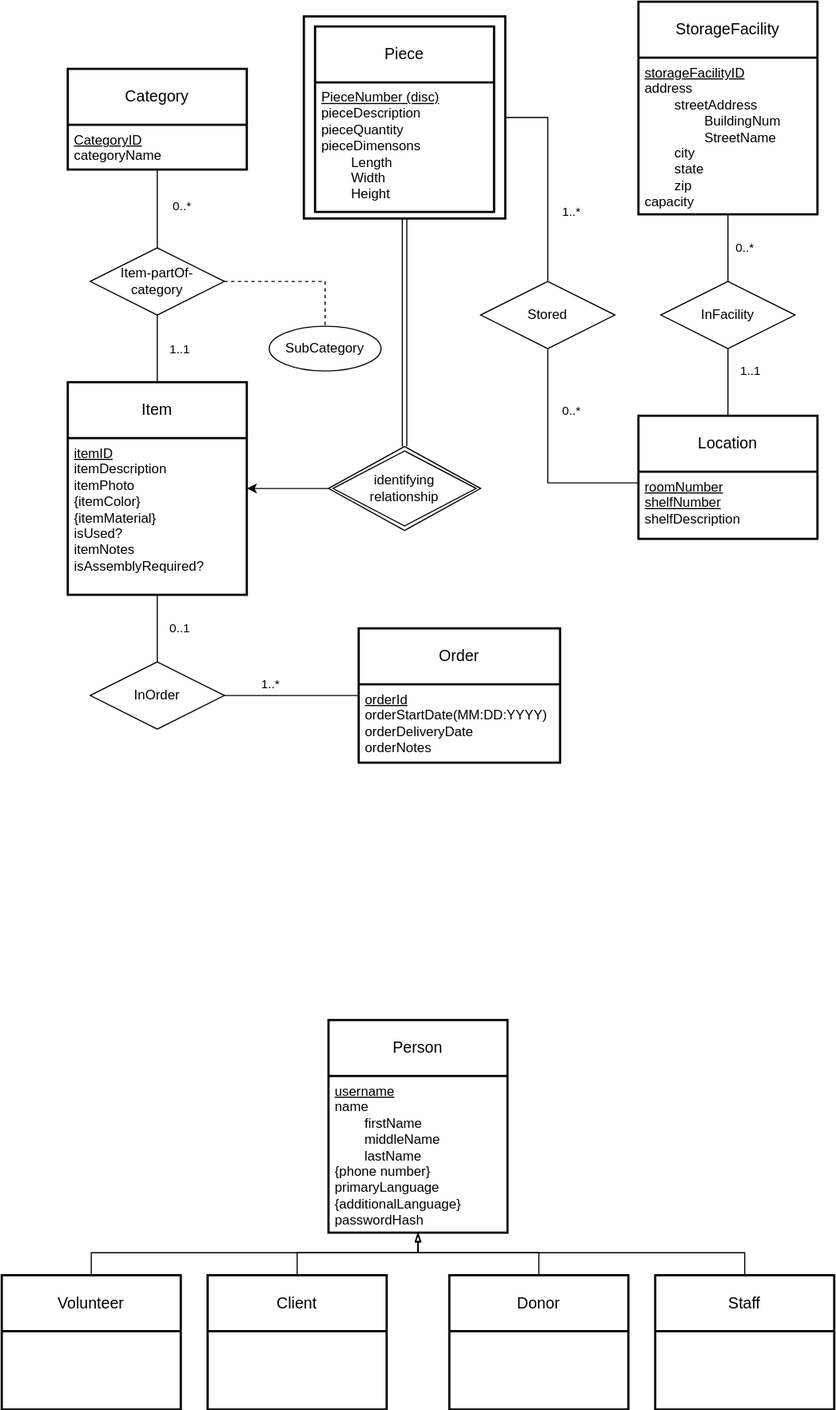
This is Classes + Uni/PDS/Project/Part 1/Project1.svg from ivanearisty/obsidian, a draw.io export, as it was before one commit. Source tidied: cells renumbered, new cells last; positions are measured from the earlier drawing's top-left corner, leaving out a move shared by most shapes.
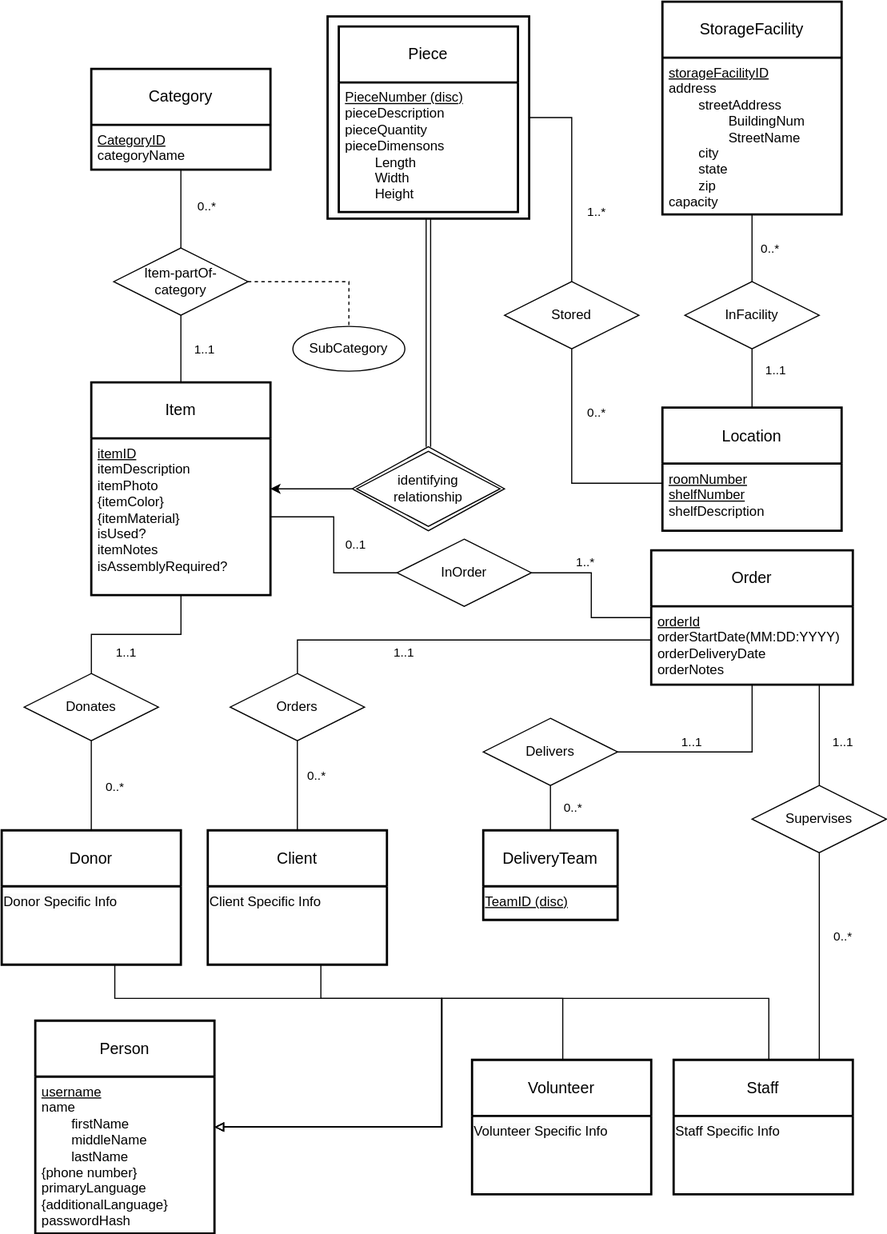
After the change.

The edit, as a diff of the source:
```diff
@@ -3,56 +3,96 @@
     <mxCell id="0" />
     <mxCell id="1" parent="0" />
     <mxCell id="2" value="Person" style="swimlane;horizontal=1;startSize=50;rounded=0;fontSize=14;fontStyle=0;strokeWidth=2;shadow=0;dashed=0;align=center;arcSize=4;whiteSpace=wrap;html=1;" parent="1" vertex="1">
-      <mxGeometry x="292" y="910" width="160" height="190" as="geometry" />
+      <mxGeometry x="9" y="910" width="160" height="190" as="geometry" />
     </mxCell>
     <mxCell id="3" value="&lt;u&gt;username&lt;/u&gt;&lt;div&gt;name&lt;/div&gt;&lt;div&gt;&lt;span style=&quot;white-space: pre;&quot;&gt;&#9;&lt;/span&gt;firstName&lt;br&gt;&lt;/div&gt;&lt;div&gt;&lt;span style=&quot;white-space: pre;&quot;&gt;&#9;&lt;/span&gt;middleName&lt;br&gt;&lt;/div&gt;&lt;div&gt;&lt;span style=&quot;white-space: pre;&quot;&gt;&#9;&lt;/span&gt;lastName&lt;br&gt;&lt;/div&gt;&lt;div&gt;{phone number}&lt;/div&gt;&lt;div&gt;primaryLanguage&lt;/div&gt;&lt;div&gt;{additionalLanguage}&lt;/div&gt;&lt;div&gt;passwordHash&lt;/div&gt;" style="align=left;strokeColor=none;fillColor=none;spacingLeft=4;fontSize=12;verticalAlign=top;html=1;" parent="2" vertex="1">
       <mxGeometry y="50" width="160" height="140" as="geometry" />
     </mxCell>
-    <mxCell id="4" style="edgeStyle=orthogonalEdgeStyle;rounded=0;jettySize=auto;html=1;endArrow=blockThin;endFill=0;" parent="1" edge="1" source="5" target="2">
+    <mxCell id="4" style="edgeStyle=orthogonalEdgeStyle;rounded=0;jettySize=auto;html=1;endArrow=block;endFill=0;" parent="1" edge="1" source="5" target="2">
       <mxGeometry relative="1" as="geometry">
         <Array as="points">
-          <mxPoint x="264" y="1118" />
-          <mxPoint x="372" y="1118" />
+          <mxPoint x="264" y="890" />
+          <mxPoint x="372" y="890" />
         </Array>
       </mxGeometry>
     </mxCell>
+    <mxCell id="50" style="edgeStyle=orthogonalEdgeStyle;rounded=0;jettySize=auto;html=1;endArrow=none;endFill=0;" parent="1" edge="1" source="5" target="66">
+      <mxGeometry relative="1" as="geometry" />
+    </mxCell>
+    <mxCell id="51" value="0..*" style="edgeLabel;html=1;align=center;verticalAlign=middle;" parent="50" vertex="1">
+      <mxGeometry x="0.11" y="-1" relative="1" as="geometry">
+        <mxPoint x="15" y="-6" as="offset" />
+      </mxGeometry>
+    </mxCell>
     <mxCell id="5" value="Client" style="swimlane;horizontal=1;startSize=50;rounded=0;fontSize=14;fontStyle=0;strokeWidth=2;shadow=0;dashed=0;align=center;arcSize=4;whiteSpace=wrap;html=1;" parent="1" vertex="1">
-      <mxGeometry x="184" y="1138" width="160" height="120" as="geometry" />
+      <mxGeometry x="163" y="740" width="160" height="120" as="geometry" />
     </mxCell>
+    <mxCell id="52" value="&lt;span style=&quot;color: rgb(0, 0, 0); font-family: Helvetica; font-size: 12px; font-style: normal; font-variant-ligatures: normal; font-variant-caps: normal; font-weight: 400; letter-spacing: normal; orphans: 2; text-align: center; text-indent: 0px; text-transform: none; widows: 2; word-spacing: 0px; -webkit-text-stroke-width: 0px; white-space: nowrap; background-color: rgb(251, 251, 251); text-decoration-thickness: initial; text-decoration-style: initial; text-decoration-color: initial; display: inline !important; float: none;&quot;&gt;Client Specific Info&lt;/span&gt;" style="text;whiteSpace=wrap;html=1;" parent="5" vertex="1">
+      <mxGeometry y="50" width="160" height="70" as="geometry" />
+    </mxCell>
-    <mxCell id="6" style="edgeStyle=orthogonalEdgeStyle;rounded=0;jettySize=auto;html=1;endArrow=blockThin;endFill=0;" parent="1" edge="1" source="7" target="2">
+    <mxCell id="6" style="edgeStyle=orthogonalEdgeStyle;rounded=0;jettySize=auto;html=1;endArrow=block;endFill=0;" parent="1" edge="1" source="7" target="2">
       <mxGeometry relative="1" as="geometry">
         <Array as="points">
-          <mxPoint x="80" y="1118" />
-          <mxPoint x="372" y="1118" />
+          <mxPoint x="80" y="890" />
+          <mxPoint x="372" y="890" />
         </Array>
       </mxGeometry>
     </mxCell>
+    <mxCell id="53" style="edgeStyle=orthogonalEdgeStyle;rounded=0;jettySize=auto;html=1;endArrow=none;endFill=0;" parent="1" edge="1" source="7" target="63">
+      <mxGeometry relative="1" as="geometry" />
+    </mxCell>
+    <mxCell id="54" value="0..*" style="edgeLabel;html=1;align=center;verticalAlign=middle;" parent="53" vertex="1">
+      <mxGeometry x="0.11" relative="1" as="geometry">
+        <mxPoint x="20" y="4" as="offset" />
+      </mxGeometry>
+    </mxCell>
-    <mxCell id="7" value="Volunteer" style="swimlane;horizontal=1;startSize=50;rounded=0;fontSize=14;fontStyle=0;strokeWidth=2;shadow=0;dashed=0;align=center;arcSize=4;whiteSpace=wrap;html=1;" parent="1" vertex="1">
-      <mxGeometry y="1138" width="160" height="120" as="geometry" />
+    <mxCell id="7" value="Donor" style="swimlane;horizontal=1;startSize=50;rounded=0;fontSize=14;fontStyle=0;strokeWidth=2;shadow=0;dashed=0;align=center;arcSize=4;whiteSpace=wrap;html=1;" parent="1" vertex="1">
+      <mxGeometry x="-21" y="740" width="160" height="120" as="geometry" />
     </mxCell>
+    <mxCell id="55" value="&lt;span style=&quot;color: rgb(0, 0, 0); font-family: Helvetica; font-size: 12px; font-style: normal; font-variant-ligatures: normal; font-variant-caps: normal; font-weight: 400; letter-spacing: normal; orphans: 2; text-align: center; text-indent: 0px; text-transform: none; widows: 2; word-spacing: 0px; -webkit-text-stroke-width: 0px; white-space: nowrap; background-color: rgb(251, 251, 251); text-decoration-thickness: initial; text-decoration-style: initial; text-decoration-color: initial; display: inline !important; float: none;&quot;&gt;Donor Specific Info&lt;/span&gt;" style="text;whiteSpace=wrap;html=1;" parent="7" vertex="1">
+      <mxGeometry y="50" width="160" height="70" as="geometry" />
+    </mxCell>
-    <mxCell id="8" style="edgeStyle=orthogonalEdgeStyle;rounded=0;jettySize=auto;html=1;endArrow=blockThin;endFill=0;" parent="1" edge="1" source="9" target="2">
+    <mxCell id="8" style="edgeStyle=orthogonalEdgeStyle;rounded=0;jettySize=auto;html=1;endArrow=block;endFill=0;" parent="1" edge="1" source="9" target="2">
       <mxGeometry relative="1" as="geometry">
         <Array as="points">
-          <mxPoint x="664" y="1118" />
-          <mxPoint x="372" y="1118" />
+          <mxPoint x="664" y="890" />
+          <mxPoint x="372" y="890" />
         </Array>
       </mxGeometry>
     </mxCell>
+    <mxCell id="56" style="edgeStyle=orthogonalEdgeStyle;rounded=0;jettySize=auto;html=1;endArrow=none;endFill=0;" parent="1" edge="1" source="9" target="72">
+      <mxGeometry relative="1" as="geometry">
+        <Array as="points">
+          <mxPoint x="709" y="830" />
+          <mxPoint x="709" y="830" />
+        </Array>
+      </mxGeometry>
+    </mxCell>
+    <mxCell id="57" value="0..*" style="edgeLabel;html=1;align=center;verticalAlign=middle;" parent="56" vertex="1">
+      <mxGeometry x="0.19" relative="1" as="geometry">
+        <mxPoint x="20" as="offset" />
+      </mxGeometry>
+    </mxCell>
     <mxCell id="9" value="Staff" style="swimlane;horizontal=1;startSize=50;rounded=0;fontSize=14;fontStyle=0;strokeWidth=2;shadow=0;dashed=0;align=center;arcSize=4;whiteSpace=wrap;html=1;" parent="1" vertex="1">
-      <mxGeometry x="584" y="1138" width="160" height="120" as="geometry" />
+      <mxGeometry x="579" y="945" width="160" height="120" as="geometry" />
     </mxCell>
-    <mxCell id="10" style="edgeStyle=orthogonalEdgeStyle;rounded=0;jettySize=auto;html=1;endArrow=blockThin;endFill=0;" parent="1" edge="1" source="11">
-      <mxGeometry relative="1" as="geometry">
-        <mxPoint x="372" y="1100" as="targetPoint" />
-        <Array as="points">
-          <mxPoint x="480" y="1118" />
-          <mxPoint x="372" y="1118" />
-        </Array>
-      </mxGeometry>
-    </mxCell>
+    <mxCell id="58" value="&lt;span style=&quot;color: rgb(0, 0, 0); font-family: Helvetica; font-size: 12px; font-style: normal; font-variant-ligatures: normal; font-variant-caps: normal; font-weight: 400; letter-spacing: normal; orphans: 2; text-align: center; text-indent: 0px; text-transform: none; widows: 2; word-spacing: 0px; -webkit-text-stroke-width: 0px; white-space: nowrap; background-color: rgb(251, 251, 251); text-decoration-thickness: initial; text-decoration-style: initial; text-decoration-color: initial; display: inline !important; float: none;&quot;&gt;Staff Specific Info&lt;/span&gt;" style="text;whiteSpace=wrap;html=1;" parent="9" vertex="1">
+      <mxGeometry y="50" width="160" height="70" as="geometry" />
+    </mxCell>
+    <mxCell id="59" style="edgeStyle=orthogonalEdgeStyle;rounded=0;jettySize=auto;html=1;endArrow=block;endFill=0;" parent="1" edge="1" source="11" target="2">
+      <mxGeometry relative="1" as="geometry">
+        <Array as="points">
+          <mxPoint x="480" y="890" />
+          <mxPoint x="372" y="890" />
+        </Array>
+      </mxGeometry>
+    </mxCell>
-    <mxCell id="11" value="Donor" style="swimlane;horizontal=1;startSize=50;rounded=0;fontSize=14;fontStyle=0;strokeWidth=2;shadow=0;dashed=0;align=center;arcSize=4;whiteSpace=wrap;html=1;" parent="1" vertex="1">
-      <mxGeometry x="400" y="1138" width="160" height="120" as="geometry" />
+    <mxCell id="11" value="Volunteer" style="swimlane;horizontal=1;startSize=50;rounded=0;fontSize=14;fontStyle=0;strokeWidth=2;shadow=0;dashed=0;align=center;arcSize=4;whiteSpace=wrap;html=1;" parent="1" vertex="1">
+      <mxGeometry x="399" y="945" width="160" height="120" as="geometry" />
     </mxCell>
+    <mxCell id="60" value="&lt;span style=&quot;color: rgb(0, 0, 0); font-family: Helvetica; font-size: 12px; font-style: normal; font-variant-ligatures: normal; font-variant-caps: normal; font-weight: 400; letter-spacing: normal; orphans: 2; text-align: center; text-indent: 0px; text-transform: none; widows: 2; word-spacing: 0px; -webkit-text-stroke-width: 0px; white-space: nowrap; background-color: rgb(251, 251, 251); text-decoration-thickness: initial; text-decoration-style: initial; text-decoration-color: initial; display: inline !important; float: none;&quot;&gt;Volunteer Specific Info&lt;/span&gt;" style="text;whiteSpace=wrap;html=1;" parent="11" vertex="1">
+      <mxGeometry y="50" width="160" height="70" as="geometry" />
+    </mxCell>
     <mxCell id="12" value="Item" style="swimlane;horizontal=1;startSize=50;rounded=0;fontSize=14;fontStyle=0;strokeWidth=2;shadow=0;dashed=0;align=center;arcSize=4;whiteSpace=wrap;html=1;" parent="1" vertex="1">
       <mxGeometry x="59" y="340" width="160" height="190" as="geometry" />
     </mxCell>
@@ -120,7 +160,7 @@
       </mxGeometry>
     </mxCell>
     <mxCell id="32" value="Location" style="swimlane;horizontal=1;startSize=50;rounded=0;fontSize=14;fontStyle=0;strokeWidth=2;shadow=0;dashed=0;align=center;arcSize=4;whiteSpace=wrap;html=1;" parent="1" vertex="1">
-      <mxGeometry x="569" y="370" width="160" height="110" as="geometry" />
+      <mxGeometry x="569" y="362.5" width="160" height="110" as="geometry" />
     </mxCell>
     <mxCell id="33" value="&lt;div&gt;&lt;u&gt;roomNumber&lt;/u&gt;&lt;/div&gt;&lt;div&gt;&lt;u&gt;shelfNumber&lt;/u&gt;&lt;/div&gt;&lt;div&gt;shelfDescription&lt;/div&gt;" style="align=left;strokeColor=none;fillColor=none;spacingLeft=4;fontSize=12;verticalAlign=top;html=1;" parent="32" vertex="1">
       <mxGeometry y="50" width="160" height="60" as="geometry" />
@@ -143,7 +183,7 @@
       <mxGeometry x="589" y="250" width="120" height="60" as="geometry" />
     </mxCell>
     <mxCell id="39" value="Order" style="swimlane;horizontal=1;startSize=50;rounded=0;fontSize=14;fontStyle=0;strokeWidth=2;shadow=0;dashed=0;align=center;arcSize=4;whiteSpace=wrap;html=1;" parent="1" vertex="1">
-      <mxGeometry x="319" y="560" width="180" height="120" as="geometry" />
+      <mxGeometry x="559" y="490" width="180" height="120" as="geometry" />
     </mxCell>
     <mxCell id="40" value="&lt;div&gt;&lt;u&gt;orderId&lt;/u&gt;&lt;/div&gt;&lt;div&gt;orderStartDate(MM:DD:YYYY)&lt;/div&gt;&lt;div&gt;orderDeliveryDate&lt;/div&gt;&lt;div&gt;orderNotes&lt;/div&gt;" style="align=left;strokeColor=none;fillColor=none;spacingLeft=4;fontSize=12;verticalAlign=top;html=1;" parent="39" vertex="1">
       <mxGeometry y="50" width="180" height="70" as="geometry" />
@@ -184,10 +224,77 @@
       </mxGeometry>
     </mxCell>
     <mxCell id="48" value="InOrder" style="shape=rhombus;perimeter=rhombusPerimeter;whiteSpace=wrap;html=1;align=center;" parent="1" vertex="1">
-      <mxGeometry x="79" y="590" width="120" height="60" as="geometry" />
+      <mxGeometry x="332" y="480" width="120" height="60" as="geometry" />
     </mxCell>
     <mxCell id="49" value="0..1" style="edgeStyle=orthogonalEdgeStyle;rounded=0;jettySize=auto;html=1;endArrow=none;endFill=0;" parent="1" edge="1" source="13" target="48">
       <mxGeometry y="20" relative="1" as="geometry" />
     </mxCell>
+    <mxCell id="61" style="edgeStyle=orthogonalEdgeStyle;rounded=0;jettySize=auto;html=1;endArrow=none;endFill=0;" parent="1" edge="1" source="63" target="12">
+      <mxGeometry relative="1" as="geometry" />
+    </mxCell>
+    <mxCell id="62" value="1..1" style="edgeLabel;html=1;align=center;verticalAlign=middle;" parent="61" vertex="1">
+      <mxGeometry x="-0.19" y="-1" relative="1" as="geometry">
+        <mxPoint x="4" y="14" as="offset" />
+      </mxGeometry>
+    </mxCell>
+    <mxCell id="63" value="Donates" style="shape=rhombus;perimeter=rhombusPerimeter;whiteSpace=wrap;html=1;align=center;" parent="1" vertex="1">
+      <mxGeometry x="-1" y="600" width="120" height="60" as="geometry" />
+    </mxCell>
+    <mxCell id="64" style="edgeStyle=orthogonalEdgeStyle;rounded=0;jettySize=auto;html=1;endArrow=none;endFill=0;" parent="1" edge="1" source="66" target="39">
+      <mxGeometry relative="1" as="geometry">
+        <Array as="points">
+          <mxPoint x="243" y="570" />
+        </Array>
+      </mxGeometry>
+    </mxCell>
+    <mxCell id="65" value="1..1" style="edgeLabel;html=1;align=center;verticalAlign=middle;" parent="64" vertex="1">
+      <mxGeometry x="-0.26" y="1" relative="1" as="geometry">
+        <mxPoint x="-2" y="11" as="offset" />
+      </mxGeometry>
+    </mxCell>
+    <mxCell id="66" value="Orders" style="shape=rhombus;perimeter=rhombusPerimeter;whiteSpace=wrap;html=1;align=center;" parent="1" vertex="1">
+      <mxGeometry x="183" y="600" width="120" height="60" as="geometry" />
+    </mxCell>
+    <mxCell id="67" style="edgeStyle=orthogonalEdgeStyle;rounded=0;jettySize=auto;html=1;endArrow=none;endFill=0;" parent="1" edge="1" source="69" target="39">
+      <mxGeometry relative="1" as="geometry" />
+    </mxCell>
+    <mxCell id="68" value="1..1" style="edgeLabel;html=1;align=center;verticalAlign=middle;" parent="67" vertex="1">
+      <mxGeometry x="-0.27" y="2" relative="1" as="geometry">
+        <mxPoint y="-8" as="offset" />
+      </mxGeometry>
+    </mxCell>
+    <mxCell id="69" value="Delivers" style="shape=rhombus;perimeter=rhombusPerimeter;whiteSpace=wrap;html=1;align=center;" parent="1" vertex="1">
+      <mxGeometry x="409" y="640" width="120" height="60" as="geometry" />
+    </mxCell>
+    <mxCell id="70" style="edgeStyle=orthogonalEdgeStyle;rounded=0;jettySize=auto;html=1;endArrow=none;endFill=0;" parent="1" edge="1" source="72" target="39">
+      <mxGeometry relative="1" as="geometry">
+        <Array as="points">
+          <mxPoint x="709" y="630" />
+          <mxPoint x="709" y="630" />
+        </Array>
+      </mxGeometry>
+    </mxCell>
+    <mxCell id="71" value="1..1" style="edgeLabel;html=1;align=center;verticalAlign=middle;" parent="70" vertex="1">
+      <mxGeometry x="-0.14" relative="1" as="geometry">
+        <mxPoint x="20" y="-1" as="offset" />
+      </mxGeometry>
+    </mxCell>
+    <mxCell id="72" value="Supervises" style="shape=rhombus;perimeter=rhombusPerimeter;whiteSpace=wrap;html=1;align=center;" parent="1" vertex="1">
+      <mxGeometry x="649" y="700" width="120" height="60" as="geometry" />
+    </mxCell>
+    <mxCell id="73" style="edgeStyle=orthogonalEdgeStyle;rounded=0;jettySize=auto;html=1;endArrow=none;endFill=0;" parent="1" edge="1" source="75" target="69">
+      <mxGeometry relative="1" as="geometry" />
+    </mxCell>
+    <mxCell id="74" value="0..*" style="edgeLabel;html=1;align=center;verticalAlign=middle;" parent="73" vertex="1">
+      <mxGeometry x="0.11" y="1" relative="1" as="geometry">
+        <mxPoint x="20" y="2" as="offset" />
+      </mxGeometry>
+    </mxCell>
+    <mxCell id="75" value="DeliveryTeam" style="swimlane;horizontal=1;startSize=50;rounded=0;fontSize=14;fontStyle=0;strokeWidth=2;shadow=0;dashed=0;align=center;arcSize=4;whiteSpace=wrap;html=1;" parent="1" vertex="1">
+      <mxGeometry x="409" y="740" width="120" height="80" as="geometry" />
+    </mxCell>
+    <mxCell id="76" value="&lt;div style=&quot;text-align: center;&quot;&gt;&lt;span style=&quot;text-wrap: nowrap;&quot;&gt;&lt;u&gt;TeamID (disc)&lt;/u&gt;&lt;/span&gt;&lt;/div&gt;" style="text;whiteSpace=wrap;html=1;" parent="75" vertex="1">
+      <mxGeometry y="50" width="120" height="30" as="geometry" />
+    </mxCell>
   </root>
 </mxGraphModel>
```
